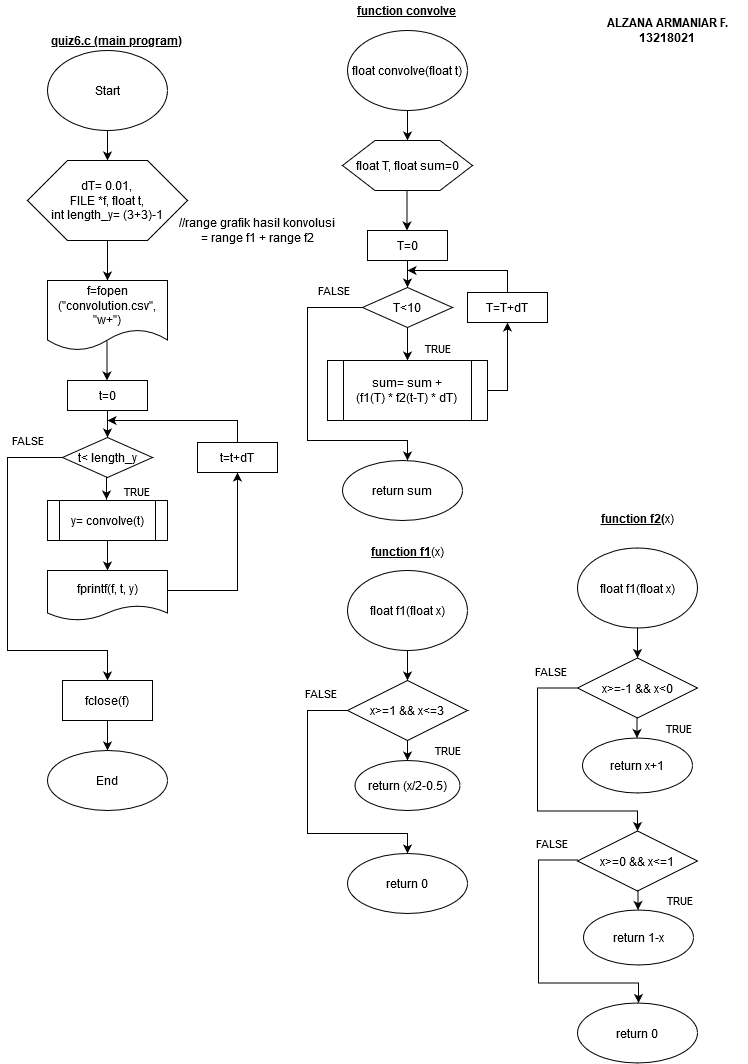
This is Alzana Armaniar Farhani - 13218021/quiz6/quiz6_flowchart.png from ramadhita/pmc, a draw.io export, as it was before one commit. Source tidied: cells renumbered, new cells last; positions are measured from the earlier drawing's top-left corner, leaving out a move shared by most shapes.
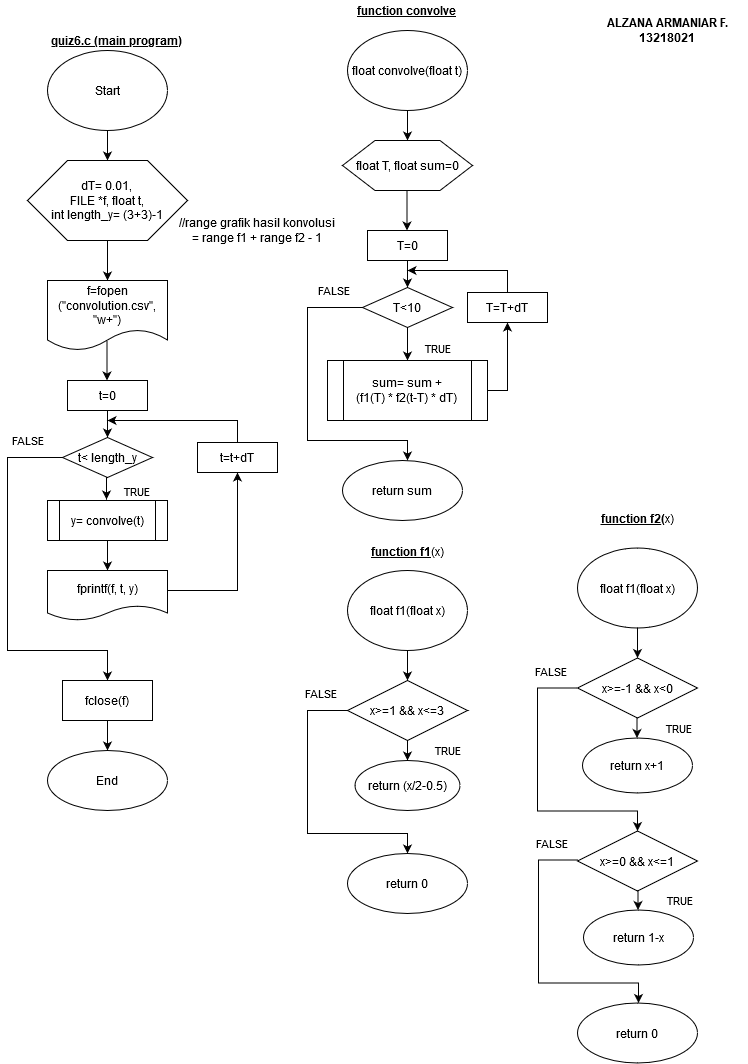
After the change.

What changed in the source:
```diff
@@ -249,7 +249,7 @@
     <mxCell id="57" value="&lt;u&gt;&lt;b&gt;function f2(&lt;/b&gt;&lt;/u&gt;x)" style="text;html=1;strokeColor=none;fillColor=none;align=center;verticalAlign=middle;whiteSpace=wrap;rounded=0;" parent="1" vertex="1">
       <mxGeometry x="550" y="507.5" width="160" height="20" as="geometry" />
     </mxCell>
-    <mxCell id="58" value="//range grafik hasil konvolusi = range f1 + range f2" style="text;html=1;strokeColor=none;fillColor=none;align=center;verticalAlign=middle;whiteSpace=wrap;rounded=0;" parent="1" vertex="1">
+    <mxCell id="58" value="//range grafik hasil konvolusi = range f1 + range f2 - 1" style="text;html=1;strokeColor=none;fillColor=none;align=center;verticalAlign=middle;whiteSpace=wrap;rounded=0;" parent="1" vertex="1">
       <mxGeometry x="170" y="220" width="160" height="20" as="geometry" />
     </mxCell>
     <mxCell id="59" value="&lt;div&gt;&lt;b&gt;ALZANA ARMANIAR F.&lt;/b&gt;&lt;/div&gt;&lt;div&gt;&lt;b&gt;13218021&lt;br&gt;&lt;/b&gt;&lt;/div&gt;" style="text;html=1;strokeColor=none;fillColor=none;align=center;verticalAlign=middle;whiteSpace=wrap;rounded=0;" parent="1" vertex="1">
```
